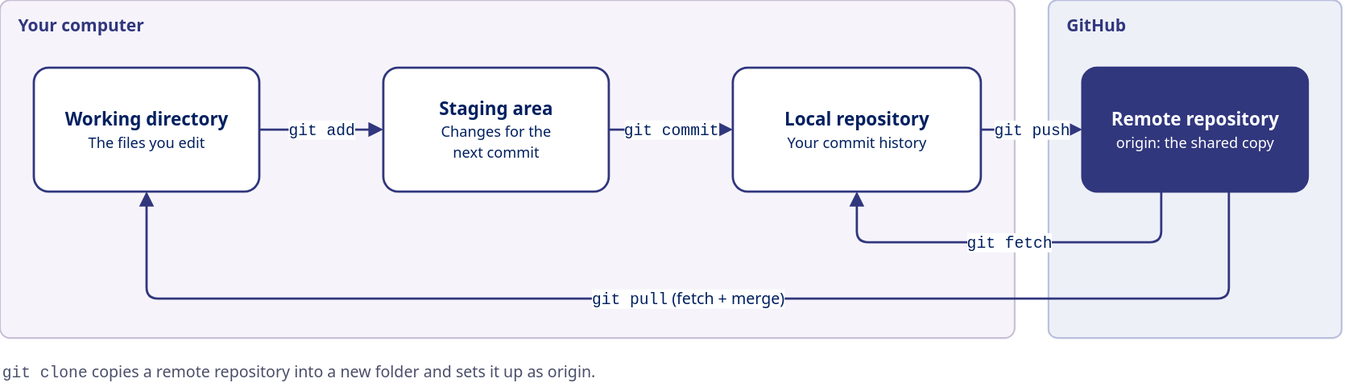
Above: presentation/diagrams/three-areas.drawio.svg in Revolution-Data-Platforms/Introduction-to-Git-Workshop (draw.io), before the change. Source tidied: cells renumbered, new cells last; positions are measured from the earlier drawing's top-left corner, leaving out a move shared by most shapes. Source of this version:
```xml
<mxGraphModel background="#FFFFFF">
  <root>
    <mxCell id="0" />
    <mxCell id="1" parent="0" />
    <mxCell id="2" value="Your computer" style="rounded=1;arcSize=3;whiteSpace=wrap;html=1;fillColor=#F6F4FA;strokeColor=#C8BFD6;strokeWidth=1.5;verticalAlign=top;align=left;spacingLeft=14;spacingTop=6;fontSize=15;fontStyle=1;fontColor=#31377D;fontFamily=Poppins,Segoe UI,Helvetica,Arial,sans-serif;" parent="1" vertex="1">
      <mxGeometry width="900" height="300" as="geometry" />
    </mxCell>
    <mxCell id="3" value="GitHub" style="rounded=1;arcSize=3;whiteSpace=wrap;html=1;fillColor=#EEF0F8;strokeColor=#B9BFDC;strokeWidth=1.5;verticalAlign=top;align=left;spacingLeft=14;spacingTop=6;fontSize=15;fontStyle=1;fontColor=#31377D;fontFamily=Poppins,Segoe UI,Helvetica,Arial,sans-serif;" parent="1" vertex="1">
      <mxGeometry x="930" width="260" height="300" as="geometry" />
    </mxCell>
    <mxCell id="4" value="&lt;b&gt;Working directory&lt;/b&gt;&lt;br&gt;&lt;span style=&quot;font-size:13px&quot;&gt;The files you edit&lt;/span&gt;" style="rounded=1;arcSize=12;whiteSpace=wrap;html=1;fillColor=#FFFFFF;strokeColor=#31377D;strokeWidth=2;fontColor=#002060;fontSize=16;fontFamily=Poppins,Segoe UI,Helvetica,Arial,sans-serif;" parent="1" vertex="1">
      <mxGeometry x="30" y="60" width="200" height="110" as="geometry" />
    </mxCell>
    <mxCell id="5" value="&lt;b&gt;Staging area&lt;/b&gt;&lt;br&gt;&lt;span style=&quot;font-size:13px&quot;&gt;Changes for the&lt;br&gt;next commit&lt;/span&gt;" style="rounded=1;arcSize=12;whiteSpace=wrap;html=1;fillColor=#FFFFFF;strokeColor=#31377D;strokeWidth=2;fontColor=#002060;fontSize=16;fontFamily=Poppins,Segoe UI,Helvetica,Arial,sans-serif;" parent="1" vertex="1">
      <mxGeometry x="340" y="60" width="200" height="110" as="geometry" />
    </mxCell>
    <mxCell id="6" value="&lt;b&gt;Local repository&lt;/b&gt;&lt;br&gt;&lt;span style=&quot;font-size:13px&quot;&gt;Your commit history&lt;/span&gt;" style="rounded=1;arcSize=12;whiteSpace=wrap;html=1;fillColor=#FFFFFF;strokeColor=#31377D;strokeWidth=2;fontColor=#002060;fontSize=16;fontFamily=Poppins,Segoe UI,Helvetica,Arial,sans-serif;" parent="1" vertex="1">
      <mxGeometry x="650" y="60" width="220" height="110" as="geometry" />
    </mxCell>
    <mxCell id="7" value="&lt;b&gt;Remote repository&lt;/b&gt;&lt;br&gt;&lt;span style=&quot;font-size:13px&quot;&gt;origin: the shared copy&lt;/span&gt;" style="rounded=1;arcSize=12;whiteSpace=wrap;html=1;fillColor=#31377D;strokeColor=#31377D;strokeWidth=2;fontColor=#FFFFFF;fontSize=16;fontFamily=Poppins,Segoe UI,Helvetica,Arial,sans-serif;" parent="1" vertex="1">
      <mxGeometry x="960" y="60" width="200" height="110" as="geometry" />
    </mxCell>
    <mxCell id="8" value="&lt;font face=&quot;Consolas,Menlo,monospace&quot;&gt;git add&lt;/font&gt;" style="html=1;endArrow=block;endFill=1;endSize=8;strokeColor=#31377D;strokeWidth=2;fontSize=14;fontColor=#002060;labelBackgroundColor=#FFFFFF;fontFamily=Poppins,Segoe UI,Helvetica,Arial,sans-serif;" parent="1" edge="1" source="4" target="5">
      <mxGeometry relative="1" as="geometry" />
    </mxCell>
    <mxCell id="9" value="&lt;font face=&quot;Consolas,Menlo,monospace&quot;&gt;git commit&lt;/font&gt;" style="html=1;endArrow=block;endFill=1;endSize=8;strokeColor=#31377D;strokeWidth=2;fontSize=14;fontColor=#002060;labelBackgroundColor=#FFFFFF;fontFamily=Poppins,Segoe UI,Helvetica,Arial,sans-serif;" parent="1" edge="1" source="5" target="6">
      <mxGeometry relative="1" as="geometry" />
    </mxCell>
    <mxCell id="10" value="&lt;font face=&quot;Consolas,Menlo,monospace&quot;&gt;git push&lt;/font&gt;" style="html=1;endArrow=block;endFill=1;endSize=8;strokeColor=#31377D;strokeWidth=2;fontSize=14;fontColor=#002060;labelBackgroundColor=#FFFFFF;fontFamily=Poppins,Segoe UI,Helvetica,Arial,sans-serif;" parent="1" edge="1" source="6" target="7">
      <mxGeometry relative="1" as="geometry" />
    </mxCell>
    <mxCell id="11" value="&lt;font face=&quot;Consolas,Menlo,monospace&quot;&gt;git fetch&lt;/font&gt;" style="html=1;endArrow=block;endFill=1;endSize=8;strokeColor=#31377D;strokeWidth=2;fontSize=14;fontColor=#002060;labelBackgroundColor=#FFFFFF;fontFamily=Poppins,Segoe UI,Helvetica,Arial,sans-serif;edgeStyle=orthogonalEdgeStyle;rounded=1;exitX=0.35;exitY=1;entryX=0.5;entryY=1;" parent="1" edge="1" source="7" target="6">
      <mxGeometry relative="1" as="geometry">
        <Array as="points">
          <mxPoint x="1030" y="215" />
          <mxPoint x="760" y="215" />
        </Array>
      </mxGeometry>
    </mxCell>
    <mxCell id="12" value="&lt;font face=&quot;Consolas,Menlo,monospace&quot;&gt;git pull&lt;/font&gt; (fetch + merge)" style="html=1;endArrow=block;endFill=1;endSize=8;strokeColor=#31377D;strokeWidth=2;fontSize=14;fontColor=#002060;labelBackgroundColor=#FFFFFF;fontFamily=Poppins,Segoe UI,Helvetica,Arial,sans-serif;edgeStyle=orthogonalEdgeStyle;rounded=1;exitX=0.65;exitY=1;entryX=0.5;entryY=1;" parent="1" edge="1" source="7" target="4">
      <mxGeometry relative="1" as="geometry">
        <Array as="points">
          <mxPoint x="1090" y="265" />
          <mxPoint x="130" y="265" />
        </Array>
      </mxGeometry>
    </mxCell>
    <mxCell id="13" value="&lt;font face=&quot;Consolas,Menlo,monospace&quot;&gt;git clone&lt;/font&gt; copies a remote repository into a new folder and sets it up as origin." style="text;html=1;whiteSpace=wrap;align=left;verticalAlign=middle;fontSize=14;fontColor=#4A4F6A;fontFamily=Poppins,Segoe UI,Helvetica,Arial,sans-serif;" parent="1" vertex="1">
      <mxGeometry y="315" width="1190" height="30" as="geometry" />
    </mxCell>
  </root>
</mxGraphModel>
```
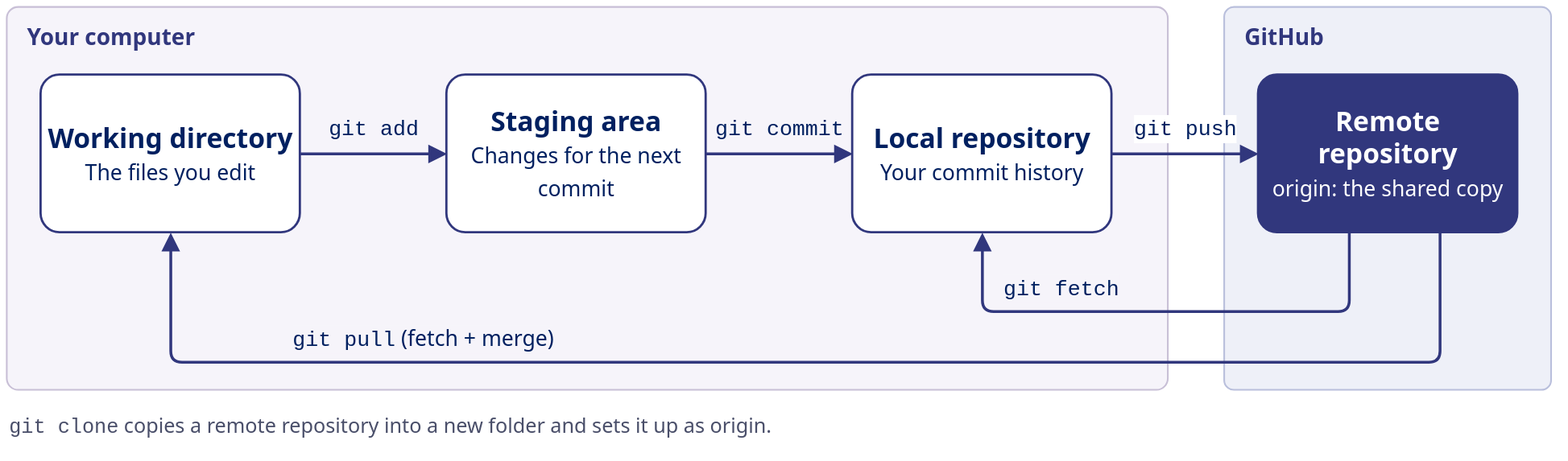
Above is the later version.

Diff of the diagram source:
```diff
@@ -2,51 +2,59 @@
   <root>
     <mxCell id="0" />
     <mxCell id="1" parent="0" />
-    <mxCell id="2" value="Your computer" style="rounded=1;arcSize=3;whiteSpace=wrap;html=1;fillColor=#F6F4FA;strokeColor=#C8BFD6;strokeWidth=1.5;verticalAlign=top;align=left;spacingLeft=14;spacingTop=6;fontSize=15;fontStyle=1;fontColor=#31377D;fontFamily=Poppins,Segoe UI,Helvetica,Arial,sans-serif;" parent="1" vertex="1">
-      <mxGeometry width="900" height="300" as="geometry" />
+    <mxCell id="2" value="Your computer" style="rounded=1;arcSize=3;whiteSpace=wrap;html=1;fillColor=#F6F4FA;strokeColor=#C8BFD6;strokeWidth=1.5;verticalAlign=top;align=left;spacingLeft=16;spacingTop=8;fontSize=20;fontStyle=1;fontColor=#31377D;fontFamily=Poppins,Segoe UI,Helvetica,Arial,sans-serif;" parent="1" vertex="1">
+      <mxGeometry width="1030" height="340" as="geometry" />
     </mxCell>
-    <mxCell id="3" value="GitHub" style="rounded=1;arcSize=3;whiteSpace=wrap;html=1;fillColor=#EEF0F8;strokeColor=#B9BFDC;strokeWidth=1.5;verticalAlign=top;align=left;spacingLeft=14;spacingTop=6;fontSize=15;fontStyle=1;fontColor=#31377D;fontFamily=Poppins,Segoe UI,Helvetica,Arial,sans-serif;" parent="1" vertex="1">
-      <mxGeometry x="930" width="260" height="300" as="geometry" />
-    </mxCell>
-    <mxCell id="4" value="&lt;b&gt;Working directory&lt;/b&gt;&lt;br&gt;&lt;span style=&quot;font-size:13px&quot;&gt;The files you edit&lt;/span&gt;" style="rounded=1;arcSize=12;whiteSpace=wrap;html=1;fillColor=#FFFFFF;strokeColor=#31377D;strokeWidth=2;fontColor=#002060;fontSize=16;fontFamily=Poppins,Segoe UI,Helvetica,Arial,sans-serif;" parent="1" vertex="1">
-      <mxGeometry x="30" y="60" width="200" height="110" as="geometry" />
+    <mxCell id="4" value="&lt;b&gt;Working directory&lt;/b&gt;&lt;br&gt;&lt;span style=&quot;font-size:19px&quot;&gt;The files you edit&lt;/span&gt;" style="rounded=1;arcSize=12;whiteSpace=wrap;html=1;fillColor=#FFFFFF;strokeColor=#31377D;strokeWidth=2;fontColor=#002060;fontSize=24;fontFamily=Poppins,Segoe UI,Helvetica,Arial,sans-serif;spacing=6;" parent="1" vertex="1">
+      <mxGeometry x="30" y="60" width="230" height="140" as="geometry" />
     </mxCell>
-    <mxCell id="5" value="&lt;b&gt;Staging area&lt;/b&gt;&lt;br&gt;&lt;span style=&quot;font-size:13px&quot;&gt;Changes for the&lt;br&gt;next commit&lt;/span&gt;" style="rounded=1;arcSize=12;whiteSpace=wrap;html=1;fillColor=#FFFFFF;strokeColor=#31377D;strokeWidth=2;fontColor=#002060;fontSize=16;fontFamily=Poppins,Segoe UI,Helvetica,Arial,sans-serif;" parent="1" vertex="1">
-      <mxGeometry x="340" y="60" width="200" height="110" as="geometry" />
+    <mxCell id="5" value="&lt;b&gt;Staging area&lt;/b&gt;&lt;br&gt;&lt;span style=&quot;font-size:19px&quot;&gt;Changes for the next commit&lt;/span&gt;" style="rounded=1;arcSize=12;whiteSpace=wrap;html=1;fillColor=#FFFFFF;strokeColor=#31377D;strokeWidth=2;fontColor=#002060;fontSize=24;fontFamily=Poppins,Segoe UI,Helvetica,Arial,sans-serif;spacing=6;" parent="1" vertex="1">
+      <mxGeometry x="390" y="60" width="230" height="140" as="geometry" />
     </mxCell>
-    <mxCell id="6" value="&lt;b&gt;Local repository&lt;/b&gt;&lt;br&gt;&lt;span style=&quot;font-size:13px&quot;&gt;Your commit history&lt;/span&gt;" style="rounded=1;arcSize=12;whiteSpace=wrap;html=1;fillColor=#FFFFFF;strokeColor=#31377D;strokeWidth=2;fontColor=#002060;fontSize=16;fontFamily=Poppins,Segoe UI,Helvetica,Arial,sans-serif;" parent="1" vertex="1">
-      <mxGeometry x="650" y="60" width="220" height="110" as="geometry" />
+    <mxCell id="6" value="&lt;b&gt;Local repository&lt;/b&gt;&lt;br&gt;&lt;span style=&quot;font-size:19px&quot;&gt;Your commit history&lt;/span&gt;" style="rounded=1;arcSize=12;whiteSpace=wrap;html=1;fillColor=#FFFFFF;strokeColor=#31377D;strokeWidth=2;fontColor=#002060;fontSize=24;fontFamily=Poppins,Segoe UI,Helvetica,Arial,sans-serif;spacing=6;" parent="1" vertex="1">
+      <mxGeometry x="750" y="60" width="230" height="140" as="geometry" />
     </mxCell>
+    <mxCell id="12" value="&lt;font face=&quot;Consolas,Menlo,monospace&quot;&gt;git add&lt;/font&gt;" style="html=1;endArrow=block;endFill=1;endSize=10;strokeColor=#31377D;strokeWidth=2.5;fontSize=19;fontColor=#002060;fontFamily=Poppins,Segoe UI,Helvetica,Arial,sans-serif;labelBackgroundColor=none;" parent="1" edge="1" source="4" target="5">
+      <mxGeometry relative="1" as="geometry">
+        <mxPoint y="-22" as="offset" />
+      </mxGeometry>
+    </mxCell>
+    <mxCell id="9" value="&lt;font face=&quot;Consolas,Menlo,monospace&quot;&gt;git commit&lt;/font&gt;" style="html=1;endArrow=block;endFill=1;endSize=10;strokeColor=#31377D;strokeWidth=2.5;fontSize=19;fontColor=#002060;fontFamily=Poppins,Segoe UI,Helvetica,Arial,sans-serif;labelBackgroundColor=none;" parent="1" edge="1" source="5" target="6">
+      <mxGeometry relative="1" as="geometry">
+        <mxPoint y="-22" as="offset" />
+      </mxGeometry>
+    </mxCell>
+    <mxCell id="3" value="GitHub" style="rounded=1;arcSize=3;whiteSpace=wrap;html=1;fillColor=#EEF0F8;strokeColor=#B9BFDC;strokeWidth=1.5;verticalAlign=top;align=left;spacingLeft=16;spacingTop=8;fontSize=20;fontStyle=1;fontColor=#31377D;fontFamily=Poppins,Segoe UI,Helvetica,Arial,sans-serif;" parent="1" vertex="1">
+      <mxGeometry x="1080" width="290" height="340" as="geometry" />
+    </mxCell>
-    <mxCell id="7" value="&lt;b&gt;Remote repository&lt;/b&gt;&lt;br&gt;&lt;span style=&quot;font-size:13px&quot;&gt;origin: the shared copy&lt;/span&gt;" style="rounded=1;arcSize=12;whiteSpace=wrap;html=1;fillColor=#31377D;strokeColor=#31377D;strokeWidth=2;fontColor=#FFFFFF;fontSize=16;fontFamily=Poppins,Segoe UI,Helvetica,Arial,sans-serif;" parent="1" vertex="1">
-      <mxGeometry x="960" y="60" width="200" height="110" as="geometry" />
+    <mxCell id="7" value="&lt;b&gt;Remote repository&lt;/b&gt;&lt;br&gt;&lt;span style=&quot;font-size:19px&quot;&gt;origin: the shared copy&lt;/span&gt;" style="rounded=1;arcSize=12;whiteSpace=wrap;html=1;fillColor=#31377D;strokeColor=#31377D;strokeWidth=2;fontColor=#FFFFFF;fontSize=24;fontFamily=Poppins,Segoe UI,Helvetica,Arial,sans-serif;spacing=6;" parent="1" vertex="1">
+      <mxGeometry x="1110" y="60" width="230" height="140" as="geometry" />
     </mxCell>
-    <mxCell id="8" value="&lt;font face=&quot;Consolas,Menlo,monospace&quot;&gt;git add&lt;/font&gt;" style="html=1;endArrow=block;endFill=1;endSize=8;strokeColor=#31377D;strokeWidth=2;fontSize=14;fontColor=#002060;labelBackgroundColor=#FFFFFF;fontFamily=Poppins,Segoe UI,Helvetica,Arial,sans-serif;" parent="1" edge="1" source="4" target="5">
-      <mxGeometry relative="1" as="geometry" />
-    </mxCell>
-    <mxCell id="9" value="&lt;font face=&quot;Consolas,Menlo,monospace&quot;&gt;git commit&lt;/font&gt;" style="html=1;endArrow=block;endFill=1;endSize=8;strokeColor=#31377D;strokeWidth=2;fontSize=14;fontColor=#002060;labelBackgroundColor=#FFFFFF;fontFamily=Poppins,Segoe UI,Helvetica,Arial,sans-serif;" parent="1" edge="1" source="5" target="6">
-      <mxGeometry relative="1" as="geometry" />
-    </mxCell>
-    <mxCell id="10" value="&lt;font face=&quot;Consolas,Menlo,monospace&quot;&gt;git push&lt;/font&gt;" style="html=1;endArrow=block;endFill=1;endSize=8;strokeColor=#31377D;strokeWidth=2;fontSize=14;fontColor=#002060;labelBackgroundColor=#FFFFFF;fontFamily=Poppins,Segoe UI,Helvetica,Arial,sans-serif;" parent="1" edge="1" source="6" target="7">
-      <mxGeometry relative="1" as="geometry" />
+    <mxCell id="10" value="&lt;font face=&quot;Consolas,Menlo,monospace&quot;&gt;git push&lt;/font&gt;" style="html=1;endArrow=block;endFill=1;endSize=10;strokeColor=#31377D;strokeWidth=2.5;fontSize=19;fontColor=#002060;fontFamily=Poppins,Segoe UI,Helvetica,Arial,sans-serif;labelBackgroundColor=#FFFFFF;" parent="1" edge="1" source="6" target="7">
+      <mxGeometry relative="1" as="geometry">
+        <mxPoint y="-22" as="offset" />
+      </mxGeometry>
     </mxCell>
-    <mxCell id="11" value="&lt;font face=&quot;Consolas,Menlo,monospace&quot;&gt;git fetch&lt;/font&gt;" style="html=1;endArrow=block;endFill=1;endSize=8;strokeColor=#31377D;strokeWidth=2;fontSize=14;fontColor=#002060;labelBackgroundColor=#FFFFFF;fontFamily=Poppins,Segoe UI,Helvetica,Arial,sans-serif;edgeStyle=orthogonalEdgeStyle;rounded=1;exitX=0.35;exitY=1;entryX=0.5;entryY=1;" parent="1" edge="1" source="7" target="6">
-      <mxGeometry relative="1" as="geometry">
+    <mxCell id="11" value="&lt;font face=&quot;Consolas,Menlo,monospace&quot;&gt;git fetch&lt;/font&gt;" style="html=1;endArrow=block;endFill=1;endSize=10;strokeColor=#31377D;strokeWidth=2.5;fontSize=19;fontColor=#002060;fontFamily=Poppins,Segoe UI,Helvetica,Arial,sans-serif;labelBackgroundColor=#F6F4FA;edgeStyle=orthogonalEdgeStyle;rounded=1;exitX=0.35;exitY=1;entryX=0.5;entryY=1;" parent="1" edge="1" source="7" target="6">
+      <mxGeometry x="0.4" relative="1" as="geometry">
         <Array as="points">
-          <mxPoint x="1030" y="215" />
-          <mxPoint x="760" y="215" />
+          <mxPoint x="1190.5" y="270" />
+          <mxPoint x="865" y="270" />
         </Array>
+        <mxPoint y="-20" as="offset" />
       </mxGeometry>
     </mxCell>
-    <mxCell id="12" value="&lt;font face=&quot;Consolas,Menlo,monospace&quot;&gt;git pull&lt;/font&gt; (fetch + merge)" style="html=1;endArrow=block;endFill=1;endSize=8;strokeColor=#31377D;strokeWidth=2;fontSize=14;fontColor=#002060;labelBackgroundColor=#FFFFFF;fontFamily=Poppins,Segoe UI,Helvetica,Arial,sans-serif;edgeStyle=orthogonalEdgeStyle;rounded=1;exitX=0.65;exitY=1;entryX=0.5;entryY=1;" parent="1" edge="1" source="7" target="4">
-      <mxGeometry relative="1" as="geometry">
-        <Array as="points">
-          <mxPoint x="1090" y="265" />
-          <mxPoint x="130" y="265" />
-        </Array>
-      </mxGeometry>
-    </mxCell>
+    <mxCell id="14" value="&lt;font face=&quot;Consolas,Menlo,monospace&quot;&gt;git pull&lt;/font&gt; (fetch + merge)" style="html=1;endArrow=block;endFill=1;endSize=10;strokeColor=#31377D;strokeWidth=2.5;fontSize=19;fontColor=#002060;fontFamily=Poppins,Segoe UI,Helvetica,Arial,sans-serif;labelBackgroundColor=#F6F4FA;edgeStyle=orthogonalEdgeStyle;rounded=1;exitX=0.7;exitY=1;entryX=0.5;entryY=1;" parent="1" edge="1" source="7" target="4">
+      <mxGeometry x="0.5" relative="1" as="geometry">
+        <Array as="points">
+          <mxPoint x="1271" y="315" />
+          <mxPoint x="145" y="315" />
+        </Array>
+        <mxPoint y="-20" as="offset" />
+      </mxGeometry>
+    </mxCell>
-    <mxCell id="13" value="&lt;font face=&quot;Consolas,Menlo,monospace&quot;&gt;git clone&lt;/font&gt; copies a remote repository into a new folder and sets it up as origin." style="text;html=1;whiteSpace=wrap;align=left;verticalAlign=middle;fontSize=14;fontColor=#4A4F6A;fontFamily=Poppins,Segoe UI,Helvetica,Arial,sans-serif;" parent="1" vertex="1">
-      <mxGeometry y="315" width="1190" height="30" as="geometry" />
+    <mxCell id="13" value="&lt;font face=&quot;Consolas,Menlo,monospace&quot;&gt;git clone&lt;/font&gt; copies a remote repository into a new folder and sets it up as origin." style="text;html=1;whiteSpace=wrap;align=left;verticalAlign=middle;fontSize=18;fontColor=#4A4F6A;fontFamily=Poppins,Segoe UI,Helvetica,Arial,sans-serif;" parent="1" vertex="1">
+      <mxGeometry y="355" width="1370" height="34" as="geometry" />
     </mxCell>
   </root>
 </mxGraphModel>
```
